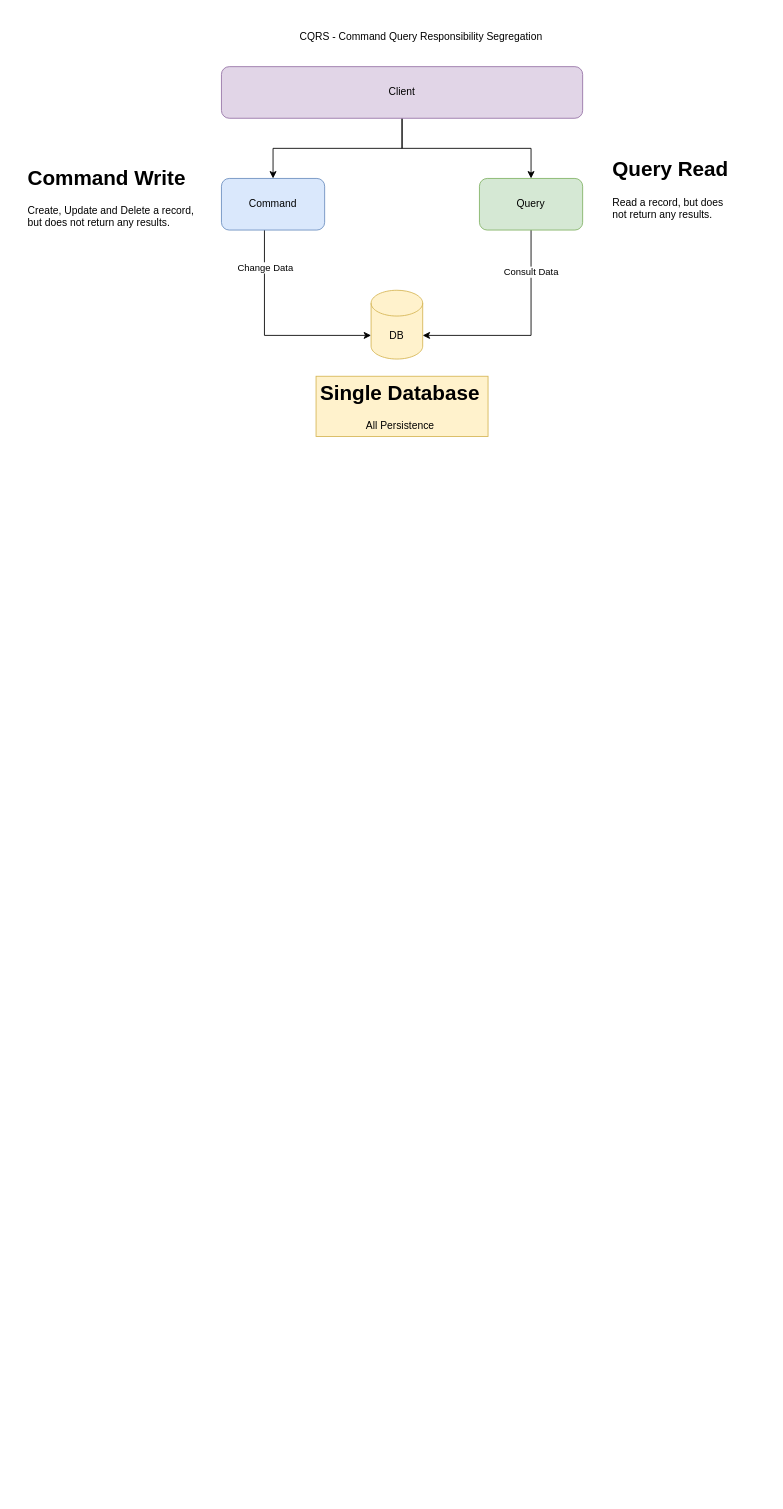
Earlier version of the draw.io diagram Diagrama sem nome.drawio (CarlosBarbosaFilho/acme-store). Source tidied: cells renumbered, new cells numbered last; positions are measured from the earlier drawing's top-left corner, leaving out a move shared by most shapes. Both pictures are drawn from the tidied source at 86%, with x=0, y=0 at pixel (23, 23).
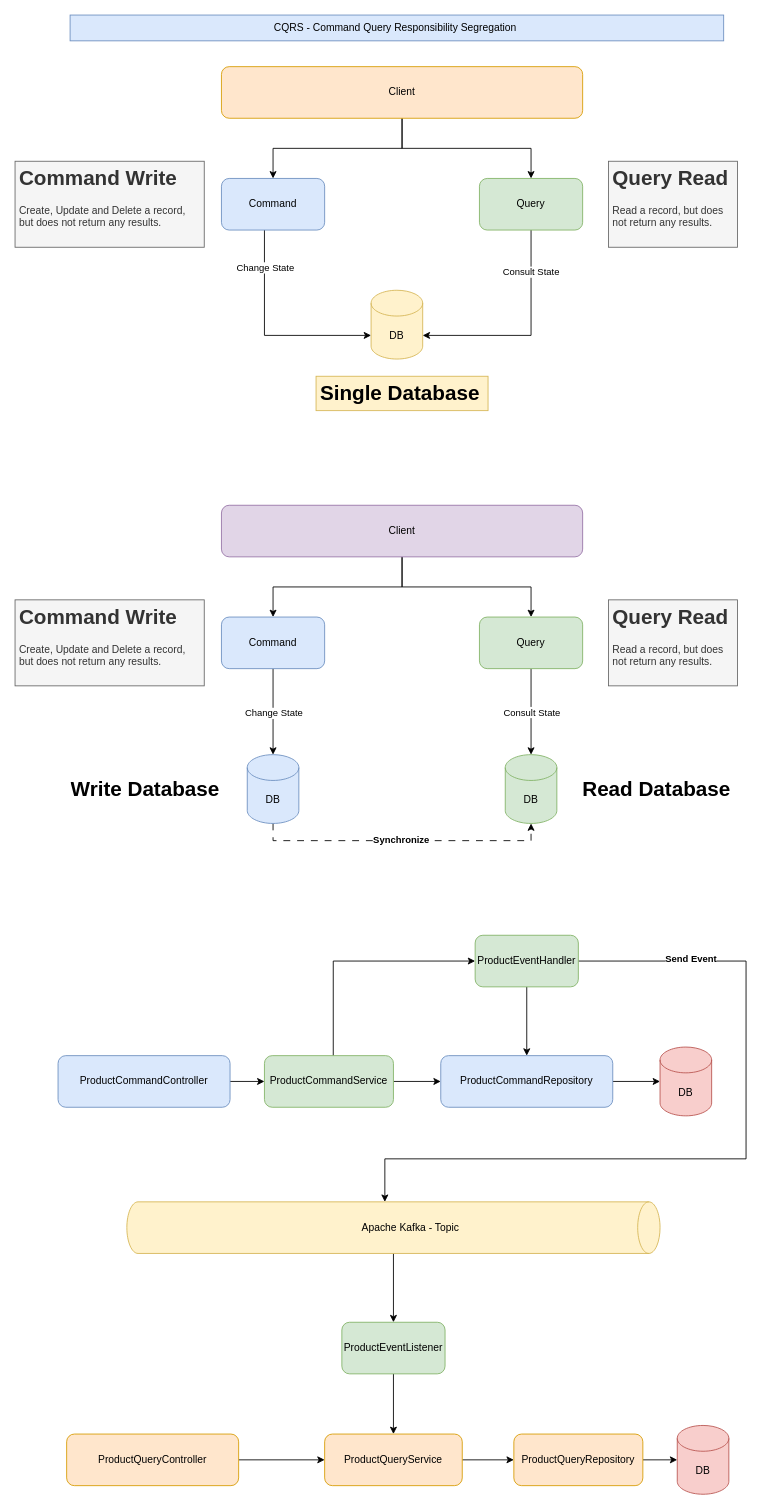
After the change.

Unchanged cells that the change refers to:
```xml
<mxCell id="7" style="edgeStyle=orthogonalEdgeStyle;rounded=0;jettySize=auto;html=1;entryX=0;entryY=0;entryDx=0;entryDy=52.5;entryPerimeter=0;" parent="1" edge="1" source="9" target="6">
  <mxGeometry relative="1" as="geometry">
    <Array as="points">
      <mxPoint x="280" y="363" />
    </Array>
  </mxGeometry>
</mxCell>
<mxCell id="10" style="edgeStyle=orthogonalEdgeStyle;rounded=0;jettySize=auto;html=1;entryX=1;entryY=0;entryDx=0;entryDy=52.5;entryPerimeter=0;" parent="1" edge="1" source="12" target="6">
  <mxGeometry relative="1" as="geometry">
    <Array as="points">
      <mxPoint x="590" y="363" />
    </Array>
  </mxGeometry>
</mxCell>
```

What changed in the source:
```diff
@@
-    <mxCell id="2" value="CQRS - Command Query Responsibility&lt;span style=&quot;background-color: initial;&quot;&gt;&amp;nbsp;Segregation&amp;nbsp;&lt;/span&gt;" style="text;html=1;strokeColor=none;fillColor=none;align=center;verticalAlign=middle;whiteSpace=wrap;rounded=0;" parent="1" vertex="1">
-      <mxGeometry x="84" width="760" height="30" as="geometry" />
+    <mxCell id="2" value="CQRS - Command Query Responsibility&lt;span style=&quot;background-color: initial;&quot;&gt;&amp;nbsp;Segregation&amp;nbsp;&lt;/span&gt;" style="text;html=1;strokeColor=#6c8ebf;fillColor=#dae8fc;align=center;verticalAlign=middle;whiteSpace=wrap;rounded=0;" parent="1" vertex="1">
+      <mxGeometry x="54" y="-10" width="760" height="30" as="geometry" />
     </mxCell>
@@
-    <mxCell id="5" value="Client" style="rounded=1;whiteSpace=wrap;html=1;fillColor=#e1d5e7;strokeColor=#9673a6;" parent="1" vertex="1">
+    <mxCell id="5" value="Client" style="rounded=1;whiteSpace=wrap;html=1;fillColor=#ffe6cc;strokeColor=#d79b00;" parent="1" vertex="1">
       <mxGeometry x="230" y="50" width="420" height="60" as="geometry" />
     </mxCell>
@@
-    <mxCell id="8" value="Change Data" style="edgeLabel;html=1;align=center;verticalAlign=middle;" parent="7" vertex="1">
+    <mxCell id="8" value="Change State" style="edgeLabel;html=1;align=center;verticalAlign=middle;" parent="7" vertex="1">
       <mxGeometry x="-0.65" relative="1" as="geometry" />
     </mxCell>
@@
-    <mxCell id="11" value="Consult Data" style="edgeLabel;html=1;align=center;verticalAlign=middle;" parent="10" vertex="1">
+    <mxCell id="11" value="Consult State" style="edgeLabel;html=1;align=center;verticalAlign=middle;" parent="10" vertex="1">
       <mxGeometry x="-0.61" y="-1" relative="1" as="geometry" />
     </mxCell>
@@
-    <mxCell id="13" value="&lt;h1&gt;Single Database&lt;/h1&gt;&lt;div&gt;&lt;span style=&quot;white-space: pre;&quot;&gt;&#9;&lt;/span&gt;&lt;span style=&quot;white-space: pre;&quot;&gt;&#9;&lt;/span&gt;All Persistence&lt;/div&gt;" style="text;html=1;strokeColor=#d6b656;fillColor=#fff2cc;spacing=5;spacingTop=-20;whiteSpace=wrap;overflow=hidden;rounded=0;" parent="1" vertex="1">
-      <mxGeometry x="340" y="410" width="200" height="70" as="geometry" />
+    <mxCell id="13" value="&lt;h1&gt;Single Database&lt;/h1&gt;" style="text;html=1;strokeColor=#d6b656;fillColor=#fff2cc;spacing=5;spacingTop=-20;whiteSpace=wrap;overflow=hidden;rounded=0;" parent="1" vertex="1">
+      <mxGeometry x="340" y="410" width="200" height="40" as="geometry" />
     </mxCell>
-    <mxCell id="14" value="&lt;h1&gt;Command Write&lt;/h1&gt;&lt;div&gt;Create, Update and Delete a record, but&amp;nbsp;does not return any results.&amp;nbsp;&amp;nbsp;&lt;/div&gt;" style="text;html=1;strokeColor=none;fillColor=none;spacing=5;spacingTop=-20;whiteSpace=wrap;overflow=hidden;rounded=0;" parent="1" vertex="1">
-      <mxGeometry y="160" width="220" height="100" as="geometry" />
+    <mxCell id="14" value="&lt;h1&gt;Command Write&lt;/h1&gt;&lt;div&gt;Create, Update and Delete a record, but&amp;nbsp;does not return any results.&amp;nbsp;&amp;nbsp;&lt;/div&gt;" style="text;html=1;strokeColor=#666666;fillColor=#f5f5f5;spacing=5;spacingTop=-20;whiteSpace=wrap;overflow=hidden;rounded=0;fontColor=#333333;" parent="1" vertex="1">
+      <mxGeometry x="-10" y="160" width="220" height="100" as="geometry" />
     </mxCell>
-    <mxCell id="15" value="&lt;h1&gt;Query Read&lt;/h1&gt;&lt;div&gt;Read a record, but&amp;nbsp;does not return any results.&amp;nbsp;&lt;/div&gt;" style="text;html=1;strokeColor=none;fillColor=none;spacing=5;spacingTop=-20;whiteSpace=wrap;overflow=hidden;rounded=0;" parent="1" vertex="1">
-      <mxGeometry x="680" y="150" width="150" height="100" as="geometry" />
+    <mxCell id="15" value="&lt;h1&gt;Query Read&lt;/h1&gt;&lt;div&gt;Read a record, but&amp;nbsp;does not return any results.&amp;nbsp;&lt;/div&gt;" style="text;html=1;strokeColor=#666666;fillColor=#f5f5f5;spacing=5;spacingTop=-20;whiteSpace=wrap;overflow=hidden;rounded=0;fontColor=#333333;" parent="1" vertex="1">
+      <mxGeometry x="680" y="160" width="150" height="100" as="geometry" />
     </mxCell>
+    <mxCell id="16" style="edgeStyle=orthogonalEdgeStyle;rounded=0;jettySize=auto;html=1;" parent="1" edge="1" source="18" target="21">
+      <mxGeometry relative="1" as="geometry" />
+    </mxCell>
+    <mxCell id="17" style="edgeStyle=orthogonalEdgeStyle;rounded=0;jettySize=auto;html=1;entryX=0.5;entryY=0;entryDx=0;entryDy=0;" parent="1" edge="1" source="18" target="24">
+      <mxGeometry relative="1" as="geometry" />
+    </mxCell>
+    <mxCell id="18" value="Client" style="rounded=1;whiteSpace=wrap;html=1;fillColor=#e1d5e7;strokeColor=#9673a6;" parent="1" vertex="1">
+      <mxGeometry x="230" y="560" width="420" height="60" as="geometry" />
+    </mxCell>
+    <mxCell id="19" style="edgeStyle=orthogonalEdgeStyle;rounded=0;jettySize=auto;html=1;entryX=0.5;entryY=0;entryDx=0;entryDy=0;entryPerimeter=0;" parent="1" edge="1" source="21" target="29">
+      <mxGeometry relative="1" as="geometry" />
+    </mxCell>
+    <mxCell id="20" value="Change State" style="edgeLabel;html=1;align=center;verticalAlign=middle;" parent="19" vertex="1">
+      <mxGeometry x="-0.65" relative="1" as="geometry">
+        <mxPoint y="33" as="offset" />
+      </mxGeometry>
+    </mxCell>
+    <mxCell id="21" value="Command" style="rounded=1;whiteSpace=wrap;html=1;fillColor=#dae8fc;strokeColor=#6c8ebf;" parent="1" vertex="1">
+      <mxGeometry x="230" y="690" width="120" height="60" as="geometry" />
+    </mxCell>
+    <mxCell id="22" style="edgeStyle=orthogonalEdgeStyle;rounded=0;jettySize=auto;html=1;" parent="1" edge="1" source="24" target="30">
+      <mxGeometry relative="1" as="geometry">
+        <Array as="points">
+          <mxPoint x="590" y="873" />
+        </Array>
+      </mxGeometry>
+    </mxCell>
+    <mxCell id="23" value="Consult State" style="edgeLabel;html=1;align=center;verticalAlign=middle;" parent="22" vertex="1">
+      <mxGeometry x="-0.61" y="-1" relative="1" as="geometry">
+        <mxPoint x="1" y="30" as="offset" />
+      </mxGeometry>
+    </mxCell>
+    <mxCell id="24" value="Query" style="rounded=1;whiteSpace=wrap;html=1;fillColor=#d5e8d4;strokeColor=#82b366;" parent="1" vertex="1">
+      <mxGeometry x="530" y="690" width="120" height="60" as="geometry" />
+    </mxCell>
+    <mxCell id="25" value="&lt;h1&gt;Command Write&lt;/h1&gt;&lt;div&gt;Create, Update and Delete a record, but&amp;nbsp;does not return any results.&amp;nbsp;&amp;nbsp;&lt;/div&gt;" style="text;html=1;strokeColor=#666666;fillColor=#f5f5f5;spacing=5;spacingTop=-20;whiteSpace=wrap;overflow=hidden;rounded=0;fontColor=#333333;" parent="1" vertex="1">
+      <mxGeometry x="-10" y="670" width="220" height="100" as="geometry" />
+    </mxCell>
+    <mxCell id="26" value="&lt;h1&gt;Query Read&lt;/h1&gt;&lt;div&gt;Read a record, but&amp;nbsp;does not return any results.&amp;nbsp;&lt;/div&gt;" style="text;html=1;strokeColor=#666666;fillColor=#f5f5f5;spacing=5;spacingTop=-20;whiteSpace=wrap;overflow=hidden;rounded=0;fontColor=#333333;" parent="1" vertex="1">
+      <mxGeometry x="680" y="670" width="150" height="100" as="geometry" />
+    </mxCell>
+    <mxCell id="27" style="edgeStyle=orthogonalEdgeStyle;rounded=0;jettySize=auto;html=1;entryX=0.5;entryY=1;entryDx=0;entryDy=0;entryPerimeter=0;dashed=1;dashPattern=8 8;" parent="1" edge="1" source="29" target="30">
+      <mxGeometry relative="1" as="geometry">
+        <Array as="points">
+          <mxPoint x="290" y="950" />
+          <mxPoint x="590" y="950" />
+        </Array>
+      </mxGeometry>
+    </mxCell>
+    <mxCell id="28" value="&lt;b&gt;Synchronize&lt;/b&gt;" style="edgeLabel;html=1;align=center;verticalAlign=middle;" parent="27" vertex="1">
+      <mxGeometry x="-0.01" y="2" relative="1" as="geometry" />
+    </mxCell>
+    <mxCell id="29" value="DB" style="shape=cylinder3;whiteSpace=wrap;html=1;boundedLbl=1;backgroundOutline=1;size=15;fillColor=#dae8fc;strokeColor=#6c8ebf;" parent="1" vertex="1">
+      <mxGeometry x="260" y="850" width="60" height="80" as="geometry" />
+    </mxCell>
+    <mxCell id="30" value="DB" style="shape=cylinder3;whiteSpace=wrap;html=1;boundedLbl=1;backgroundOutline=1;size=15;fillColor=#d5e8d4;strokeColor=#82b366;" parent="1" vertex="1">
+      <mxGeometry x="560" y="850" width="60" height="80" as="geometry" />
+    </mxCell>
+    <mxCell id="31" value="&lt;h1&gt;Write Database&lt;/h1&gt;&lt;div&gt;&lt;br&gt;&lt;/div&gt;" style="text;html=1;strokeColor=none;fillColor=none;spacing=5;spacingTop=-20;whiteSpace=wrap;overflow=hidden;rounded=0;" parent="1" vertex="1">
+      <mxGeometry x="50" y="870" width="220" height="40" as="geometry" />
+    </mxCell>
+    <mxCell id="32" value="&lt;h1&gt;Read Database&lt;/h1&gt;&lt;div&gt;&lt;br&gt;&lt;/div&gt;" style="text;html=1;strokeColor=none;fillColor=none;spacing=5;spacingTop=-20;whiteSpace=wrap;overflow=hidden;rounded=0;" parent="1" vertex="1">
+      <mxGeometry x="645" y="870" width="220" height="40" as="geometry" />
+    </mxCell>
+    <mxCell id="33" style="edgeStyle=orthogonalEdgeStyle;rounded=0;jettySize=auto;html=1;entryX=0;entryY=0.5;entryDx=0;entryDy=0;" parent="1" edge="1" source="53" target="39">
+      <mxGeometry relative="1" as="geometry">
+        <Array as="points">
+          <mxPoint x="360" y="1090" />
+        </Array>
+      </mxGeometry>
+    </mxCell>
+    <mxCell id="34" style="edgeStyle=orthogonalEdgeStyle;rounded=0;jettySize=auto;html=1;entryX=0;entryY=0.5;entryDx=0;entryDy=0;" parent="1" edge="1" source="35" target="53">
+      <mxGeometry relative="1" as="geometry" />
+    </mxCell>
+    <mxCell id="35" value="ProductCommandController" style="rounded=1;whiteSpace=wrap;html=1;fillColor=#dae8fc;strokeColor=#6c8ebf;" parent="1" vertex="1">
+      <mxGeometry x="40" y="1200" width="200" height="60" as="geometry" />
+    </mxCell>
+    <mxCell id="36" style="edgeStyle=orthogonalEdgeStyle;rounded=0;jettySize=auto;html=1;" parent="1" edge="1" source="39" target="41">
+      <mxGeometry relative="1" as="geometry" />
+    </mxCell>
+    <mxCell id="37" style="edgeStyle=orthogonalEdgeStyle;rounded=0;jettySize=auto;html=1;" parent="1" edge="1" source="39">
+      <mxGeometry relative="1" as="geometry">
+        <mxPoint x="420" y="1370" as="targetPoint" />
+        <Array as="points">
+          <mxPoint x="840" y="1090" />
+          <mxPoint x="840" y="1320" />
+          <mxPoint x="420" y="1320" />
+        </Array>
+      </mxGeometry>
+    </mxCell>
+    <mxCell id="38" value="&lt;b&gt;Send Event&lt;/b&gt;" style="edgeLabel;html=1;align=center;verticalAlign=middle;" parent="37" vertex="1">
+      <mxGeometry x="-0.71" y="3" relative="1" as="geometry" />
+    </mxCell>
+    <mxCell id="39" value="ProductEventHandler" style="rounded=1;whiteSpace=wrap;html=1;fillColor=#d5e8d4;strokeColor=#82b366;" parent="1" vertex="1">
+      <mxGeometry x="525" y="1060" width="120" height="60" as="geometry" />
+    </mxCell>
+    <mxCell id="40" style="edgeStyle=orthogonalEdgeStyle;rounded=0;jettySize=auto;html=1;" parent="1" edge="1" source="41" target="42">
+      <mxGeometry relative="1" as="geometry" />
+    </mxCell>
+    <mxCell id="41" value="ProductCommandRepository" style="rounded=1;whiteSpace=wrap;html=1;fillColor=#dae8fc;strokeColor=#6c8ebf;" parent="1" vertex="1">
+      <mxGeometry x="485" y="1200" width="200" height="60" as="geometry" />
+    </mxCell>
+    <mxCell id="42" value="DB" style="shape=cylinder3;whiteSpace=wrap;html=1;boundedLbl=1;backgroundOutline=1;size=15;fillColor=#f8cecc;strokeColor=#b85450;" parent="1" vertex="1">
+      <mxGeometry x="740" y="1190" width="60" height="80" as="geometry" />
+    </mxCell>
+    <mxCell id="43" style="edgeStyle=orthogonalEdgeStyle;rounded=0;jettySize=auto;html=1;" parent="1" edge="1" source="44" target="49">
+      <mxGeometry relative="1" as="geometry" />
+    </mxCell>
+    <mxCell id="44" style="shape=cylinder3;whiteSpace=wrap;html=1;boundedLbl=1;backgroundOutline=1;size=13;rotation=90;fillColor=#fff2cc;strokeColor=#d6b656;" parent="1" vertex="1">
+      <mxGeometry x="400" y="1090" width="60" height="620" as="geometry" />
+    </mxCell>
+    <mxCell id="45" value="Apache Kafka - Topic" style="text;html=1;strokeColor=none;fillColor=none;align=center;verticalAlign=middle;whiteSpace=wrap;rounded=0;" parent="1" vertex="1">
+      <mxGeometry x="390" y="1385" width="120" height="30" as="geometry" />
+    </mxCell>
+    <mxCell id="46" style="edgeStyle=orthogonalEdgeStyle;rounded=0;jettySize=auto;html=1;entryX=0;entryY=0.5;entryDx=0;entryDy=0;" parent="1" edge="1" source="47" target="51">
+      <mxGeometry relative="1" as="geometry" />
+    </mxCell>
+    <mxCell id="47" value="ProductQueryController" style="rounded=1;whiteSpace=wrap;html=1;fillColor=#ffe6cc;strokeColor=#d79b00;" parent="1" vertex="1">
+      <mxGeometry x="50" y="1640" width="200" height="60" as="geometry" />
+    </mxCell>
+    <mxCell id="48" style="edgeStyle=orthogonalEdgeStyle;rounded=0;jettySize=auto;html=1;entryX=0.5;entryY=0;entryDx=0;entryDy=0;" parent="1" edge="1" source="49" target="51">
+      <mxGeometry relative="1" as="geometry" />
+    </mxCell>
+    <mxCell id="49" value="ProductEventListener" style="rounded=1;whiteSpace=wrap;html=1;fillColor=#d5e8d4;strokeColor=#82b366;" parent="1" vertex="1">
+      <mxGeometry x="370" y="1510" width="120" height="60" as="geometry" />
+    </mxCell>
+    <mxCell id="50" style="edgeStyle=orthogonalEdgeStyle;rounded=0;jettySize=auto;html=1;" parent="1" edge="1" source="51" target="55">
+      <mxGeometry relative="1" as="geometry" />
+    </mxCell>
+    <mxCell id="51" value="ProductQueryService" style="rounded=1;whiteSpace=wrap;html=1;fillColor=#ffe6cc;strokeColor=#d79b00;" parent="1" vertex="1">
+      <mxGeometry x="350" y="1640" width="160" height="60" as="geometry" />
+    </mxCell>
+    <mxCell id="52" style="edgeStyle=orthogonalEdgeStyle;rounded=0;jettySize=auto;html=1;entryX=0;entryY=0.5;entryDx=0;entryDy=0;" parent="1" edge="1" source="53" target="41">
+      <mxGeometry relative="1" as="geometry" />
+    </mxCell>
+    <mxCell id="53" value="ProductCommandService" style="rounded=1;whiteSpace=wrap;html=1;fillColor=#d5e8d4;strokeColor=#82b366;" parent="1" vertex="1">
+      <mxGeometry x="280" y="1200" width="150" height="60" as="geometry" />
+    </mxCell>
+    <mxCell id="54" style="edgeStyle=orthogonalEdgeStyle;rounded=0;jettySize=auto;html=1;" parent="1" edge="1" source="55" target="56">
+      <mxGeometry relative="1" as="geometry" />
+    </mxCell>
+    <mxCell id="55" value="ProductQueryRepository" style="whiteSpace=wrap;html=1;rounded=1;fillColor=#ffe6cc;strokeColor=#d79b00;" parent="1" vertex="1">
+      <mxGeometry x="570" y="1640" width="150" height="60" as="geometry" />
+    </mxCell>
+    <mxCell id="56" value="DB" style="shape=cylinder3;whiteSpace=wrap;html=1;boundedLbl=1;backgroundOutline=1;size=15;fillColor=#f8cecc;strokeColor=#b85450;" parent="1" vertex="1">
+      <mxGeometry x="760" y="1630" width="60" height="80" as="geometry" />
+    </mxCell>
```
